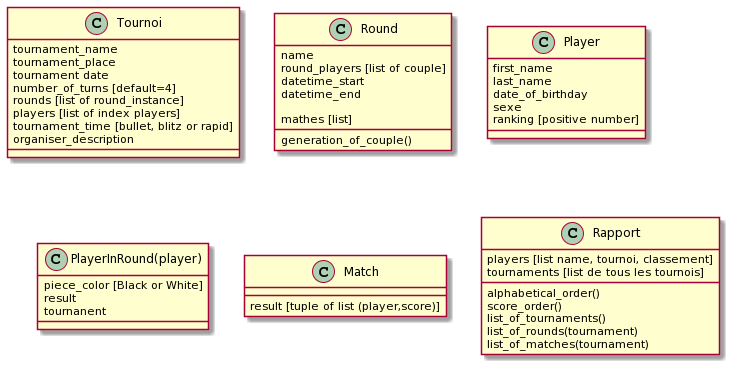
This is diagramme_classe.png from AnaisG14/P4_chess_tournament, a PlantUML export, as it was before one commit. The source it was exported from:
```plantuml
@startuml
class Tournoi {
tournament_name
tournament_place
tournament date
number_of_turns [default=4]
rounds [list of round_instance]
players [list of index players]
tournament_time [bullet, blitz or rapid]
organiser_description
}

class Round {
name
round_players [list of couple]
datetime_start
datetime_end

generation_of_couple()
}

class Player {
first_name
last_name
date_of_birthday
sexe
ranking [positive number]
}

class PlayerInRound(player) {
piece_color [Black or White]
result
tournanent
}

class Round {
mathes [list]
}

class Match {
result [tuple of list (player,score)]
}

class Rapport {
players [list name, tournoi, classement]
tournaments [list de tous les tournois]

alphabetical_order()
score_order()
list_of_tournaments()
list_of_rounds(tournament)
list_of_matches(tournament)
}
@enduml
```
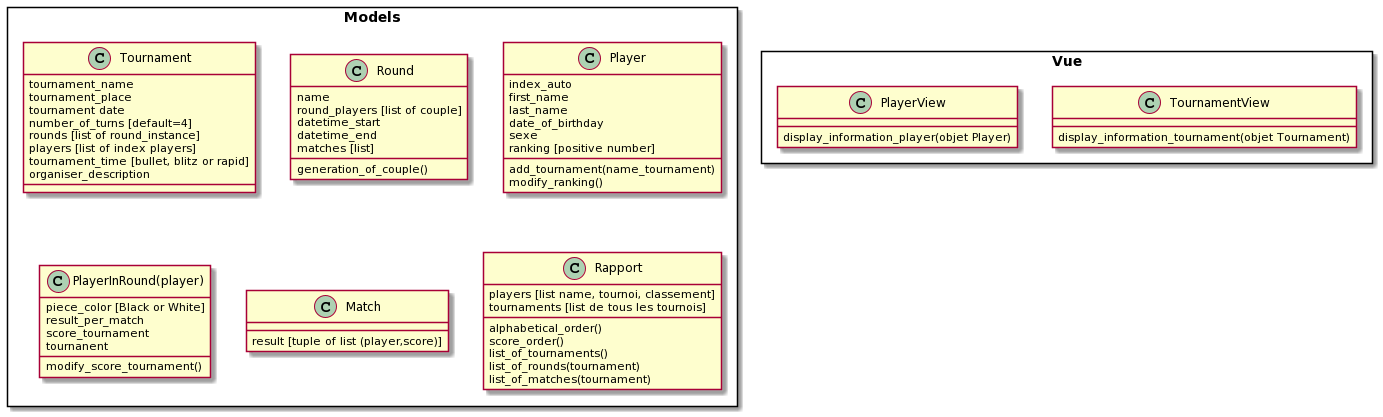
After the change.

Commit message:
ajout use_case et diagramm de class

Diff of the diagram source:
```diff
@@ -1,5 +1,6 @@
 @startuml
-class Tournoi {
+Rectangle Models{
+class Tournament {
 tournament_name
 tournament_place
 tournament date
@@ -15,26 +16,32 @@
 round_players [list of couple]
 datetime_start
 datetime_end
+matches [list]
 
 generation_of_couple()
 }
 
 class Player {
+index_auto
 first_name
 last_name
 date_of_birthday
 sexe
 ranking [positive number]
+
+add_tournament(name_tournament)
+modify_ranking()
 }
+
+
 
 class PlayerInRound(player) {
 piece_color [Black or White]
-result
+result_per_match
+score_tournament
 tournanent
-}
 
-class Round {
-mathes [list]
+modify_score_tournament()
 }
 
 class Match {
@@ -51,4 +58,14 @@
 list_of_rounds(tournament)
 list_of_matches(tournament)
 }
+}
+
+Rectangle Vue {
+Class TournamentView {
+display_information_tournament(objet Tournament)
+}
+
+Class PlayerView {
+display_information_player(objet Player)
+}
 @enduml
```
